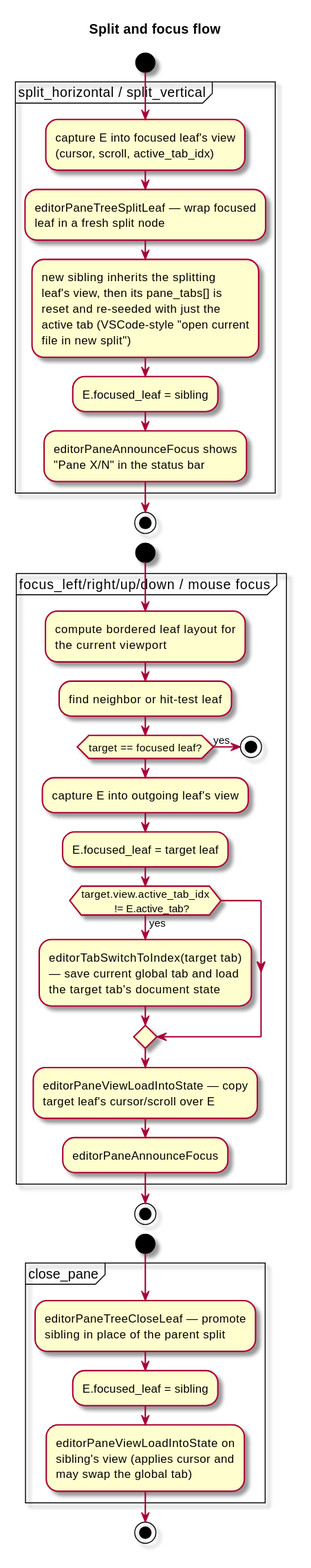
Above: docs/diagrams/svg/split-focus-flow.svg in kokkoniemi/rotide (PlantUML), before the change. Its source is kept beside it as docs/diagrams/src/split-focus-flow.puml. The source it was exported from:
```plantuml
@startuml
skin rose
skinparam backgroundColor #FFFFFF
title Split and focus flow

start
partition "split_horizontal / split_vertical" {
	:capture E into focused leaf's view
	(cursor, scroll, active_tab_idx);
	:editorPaneTreeSplitLeaf — wrap focused
	leaf in a fresh split node;
	:new sibling inherits the splitting
	leaf's view, then its pane_tabs[] is
	reset and re-seeded with just the
	active tab (VSCode-style "open current
	file in new split");
	:E.focused_leaf = sibling;
	:editorPaneAnnounceFocus shows
	"Pane X/N" in the status bar;
}
stop

start
partition "focus_left/right/up/down / mouse focus" {
	:compute bordered leaf layout for
	the current viewport;
	:find neighbor or hit-test leaf;
	if (target == focused leaf?) then (yes)
		stop
	endif
	:capture E into outgoing leaf's view;
	:E.focused_leaf = target leaf;
	if (target.view.active_tab_idx
	    != E.active_tab?) then (yes)
		:editorTabSwitchToIndex(target tab)
		— save current global tab and load
		the target tab's document state;
	endif
	:editorPaneViewLoadIntoState — copy
	target leaf's cursor/scroll over E;
	:editorPaneAnnounceFocus;
}
stop

start
partition "close_pane" {
	:editorPaneTreeCloseLeaf — promote
	sibling in place of the parent split;
	:E.focused_leaf = sibling;
	:editorPaneViewLoadIntoState on
	sibling's view (applies cursor and
	may swap the global tab);
}
stop

@enduml
```
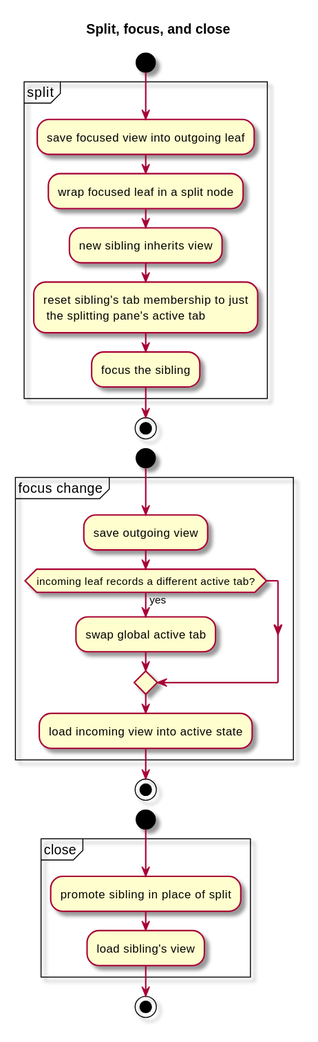
Later version of the same file.

What changed in the source:
```diff
@@ -1,55 +1,33 @@
 @startuml
 skin rose
 skinparam backgroundColor #FFFFFF
-title Split and focus flow
+title Split, focus, and close
 
 start
-partition "split_horizontal / split_vertical" {
-	:capture E into focused leaf's view
-	(cursor, scroll, active_tab_idx);
-	:editorPaneTreeSplitLeaf — wrap focused
-	leaf in a fresh split node;
-	:new sibling inherits the splitting
-	leaf's view, then its pane_tabs[] is
-	reset and re-seeded with just the
-	active tab (VSCode-style "open current
-	file in new split");
-	:E.focused_leaf = sibling;
-	:editorPaneAnnounceFocus shows
-	"Pane X/N" in the status bar;
+partition "split" {
+  :save focused view into outgoing leaf;
+  :wrap focused leaf in a split node;
+  :new sibling inherits view;
+  :reset sibling's tab membership to just
+   the splitting pane's active tab;
+  :focus the sibling;
 }
 stop
 
 start
-partition "focus_left/right/up/down / mouse focus" {
-	:compute bordered leaf layout for
-	the current viewport;
-	:find neighbor or hit-test leaf;
-	if (target == focused leaf?) then (yes)
-		stop
-	endif
-	:capture E into outgoing leaf's view;
-	:E.focused_leaf = target leaf;
-	if (target.view.active_tab_idx
-	    != E.active_tab?) then (yes)
-		:editorTabSwitchToIndex(target tab)
-		— save current global tab and load
-		the target tab's document state;
-	endif
-	:editorPaneViewLoadIntoState — copy
-	target leaf's cursor/scroll over E;
-	:editorPaneAnnounceFocus;
+partition "focus change" {
+  :save outgoing view;
+  if (incoming leaf records a different active tab?) then (yes)
+    :swap global active tab;
+  endif
+  :load incoming view into active state;
 }
 stop
 
 start
-partition "close_pane" {
-	:editorPaneTreeCloseLeaf — promote
-	sibling in place of the parent split;
-	:E.focused_leaf = sibling;
-	:editorPaneViewLoadIntoState on
-	sibling's view (applies cursor and
-	may swap the global tab);
+partition "close" {
+  :promote sibling in place of split;
+  :load sibling's view;
 }
 stop
 
```
